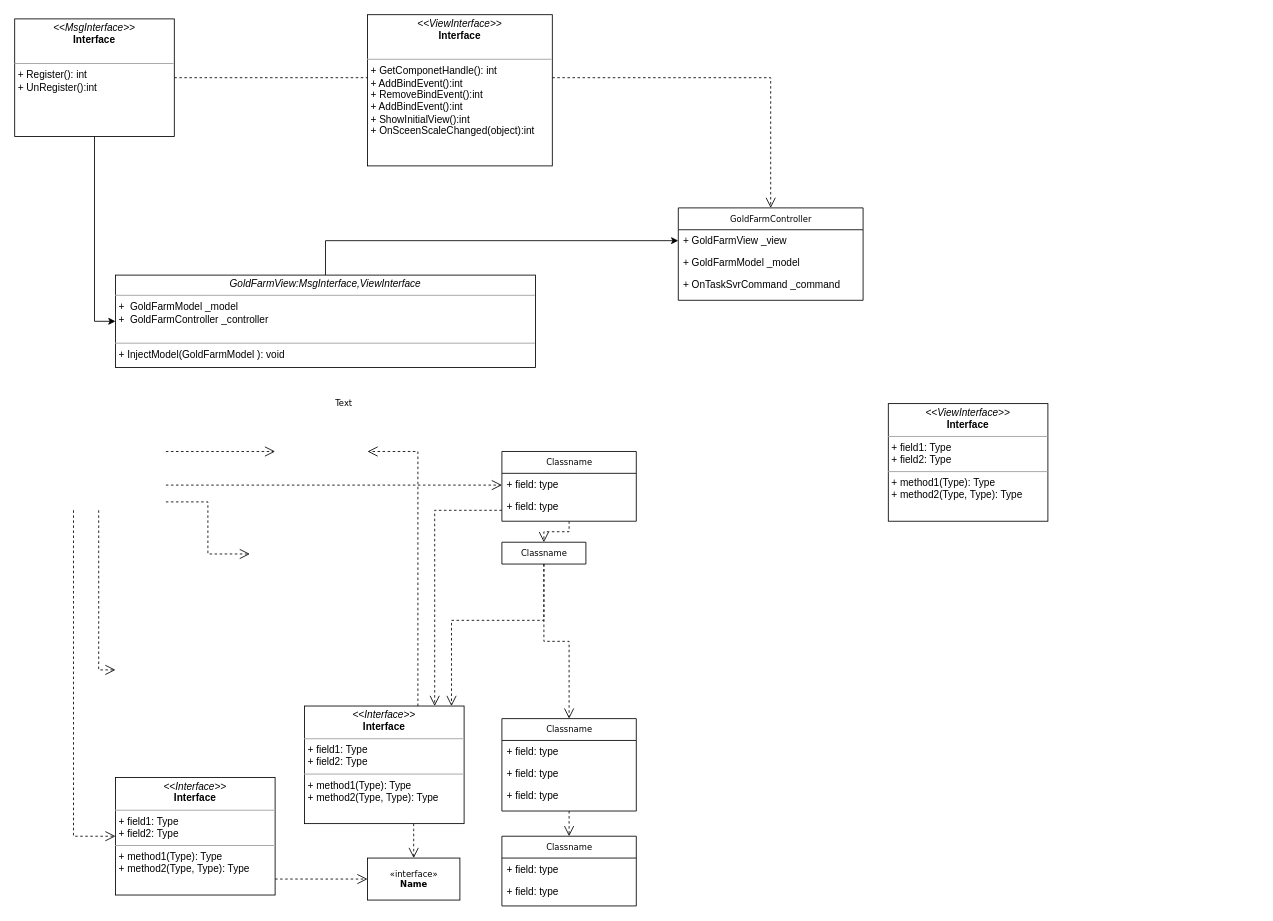
Before: GoldFarm Diagram.drawio in atom123/Draw, a draw.io diagram. Source tidied: cells renumbered, new cells numbered last; positions are measured from the earlier drawing's top-left corner, leaving out a move shared by most shapes. Both pictures are drawn from the tidied source at 84%, with x=0, y=0 at pixel (14, 14).
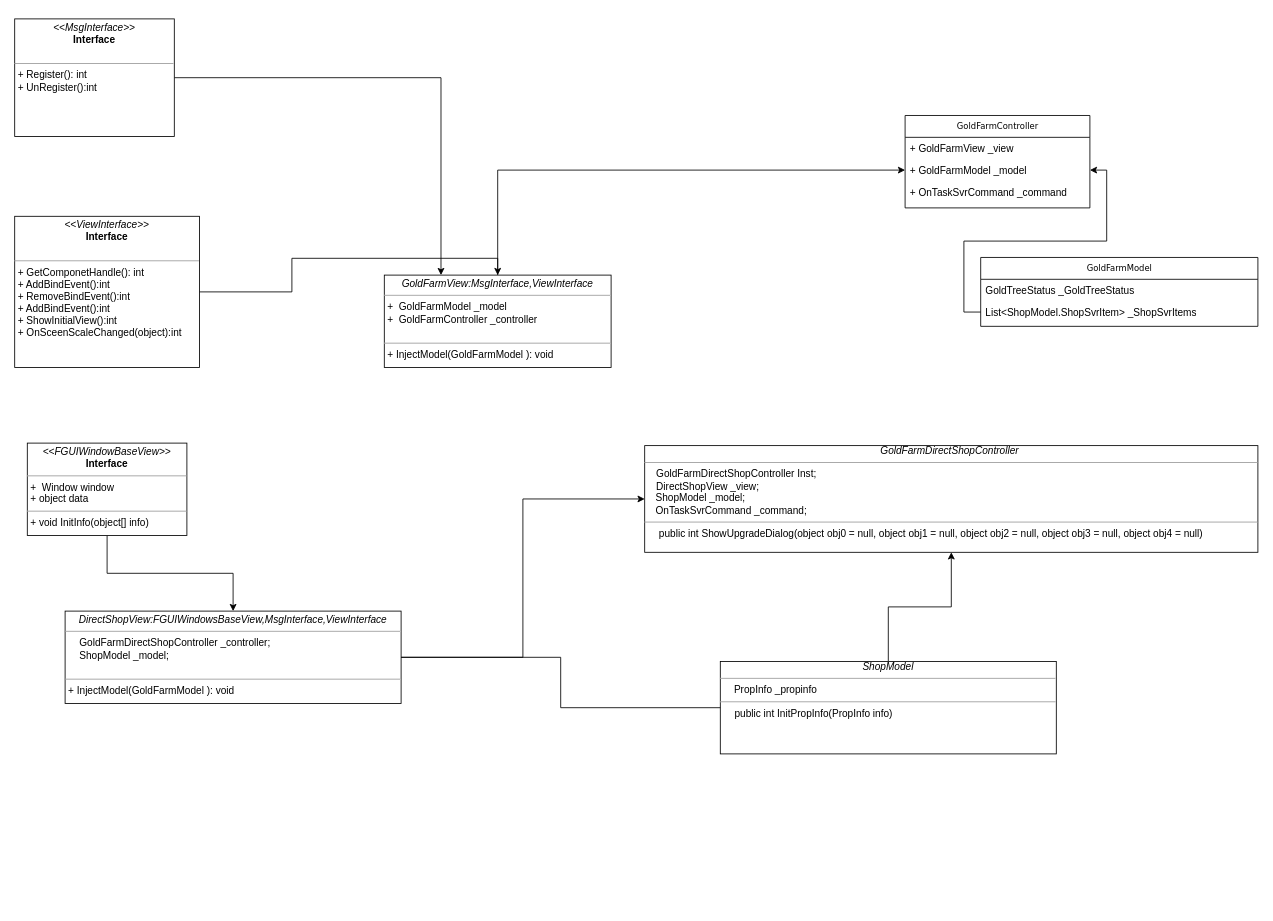
After the change.

The change refers to these unchanged cells:
```xml
<mxCell id="6" value="+&amp;nbsp;GoldFarmView _view" style="text;html=1;strokeColor=none;fillColor=none;align=left;verticalAlign=top;spacingLeft=4;spacingRight=4;whiteSpace=wrap;overflow=hidden;points=[[0,0.5],[1,0.5]];portConstraint=eastwest;" parent="5" vertex="1">
  <mxGeometry y="26" width="220" height="26" as="geometry" />
</mxCell>
<mxCell id="7" value="+ GoldFarmModel _model" style="text;html=1;strokeColor=none;fillColor=none;align=left;verticalAlign=top;spacingLeft=4;spacingRight=4;whiteSpace=wrap;overflow=hidden;points=[[0,0.5],[1,0.5]];portConstraint=eastwest;" parent="5" vertex="1">
  <mxGeometry y="52" width="220" height="26" as="geometry" />
</mxCell>
<mxCell id="30" value="&lt;p style=&quot;margin: 0px ; margin-top: 4px ; text-align: center&quot;&gt;&lt;i&gt;&amp;lt;&amp;lt;MsgInterface&amp;gt;&amp;gt;&lt;/i&gt;&lt;br&gt;&lt;b&gt;Interface&lt;/b&gt;&lt;/p&gt;&lt;p style=&quot;margin: 0px ; margin-left: 4px&quot;&gt;&lt;br&gt;&lt;/p&gt;&lt;hr size=&quot;1&quot;&gt;&lt;p style=&quot;margin: 0px ; margin-left: 4px&quot;&gt;+ Register():&amp;nbsp;int&lt;br&gt;+ UnRegister():int&lt;/p&gt;" style="verticalAlign=top;align=left;overflow=fill;fontSize=12;fontFamily=Helvetica;html=1;rounded=0;shadow=0;comic=0;labelBackgroundColor=none;strokeWidth=1;" parent="1" vertex="1">
  <mxGeometry y="5" width="190" height="140" as="geometry" />
</mxCell>
```

Change to the diagram source:
```diff
@@
-    <mxCell id="2" style="edgeStyle=orthogonalEdgeStyle;rounded=0;html=1;dashed=1;labelBackgroundColor=none;startFill=0;endArrow=open;endFill=0;endSize=10;fontFamily=Verdana;fontSize=10;" parent="1" edge="1" source="4" target="24">
-      <mxGeometry relative="1" as="geometry">
-        <Array as="points">
-          <mxPoint x="520" y="721" />
-        </Array>
-      </mxGeometry>
-    </mxCell>
-    <mxCell id="3" style="edgeStyle=orthogonalEdgeStyle;rounded=0;html=1;dashed=1;labelBackgroundColor=none;startFill=0;endArrow=open;endFill=0;endSize=10;fontFamily=Verdana;fontSize=10;" parent="1" edge="1" source="4" target="13">
-      <mxGeometry relative="1" as="geometry" />
-    </mxCell>
-    <mxCell id="4" value="Classname" style="swimlane;html=1;fontStyle=0;horizontal=1;startSize=26;fillColor=none;swimlaneFillColor=#ffffff;rounded=0;shadow=0;comic=0;labelBackgroundColor=none;strokeWidth=1;fontFamily=Verdana;fontSize=10;align=center;" parent="1" vertex="1" collapsed="1">
-      <mxGeometry x="580" y="628" width="100" height="26" as="geometry" />
-    </mxCell>
     <mxCell id="5" value="GoldFarmController" style="swimlane;html=1;fontStyle=0;horizontal=1;startSize=26;fillColor=none;swimlaneFillColor=#ffffff;rounded=0;shadow=0;comic=0;labelBackgroundColor=none;strokeWidth=1;fontFamily=Verdana;fontSize=10;align=center;" parent="1" vertex="1">
-      <mxGeometry x="790" y="230" width="220" height="110" as="geometry" />
+      <mxGeometry x="1060" y="120" width="220" height="110" as="geometry" />
     </mxCell>
@@
-    <mxCell id="9" value="Classname" style="swimlane;html=1;fontStyle=0;horizontal=1;startSize=26;fillColor=none;swimlaneFillColor=#ffffff;rounded=0;shadow=0;comic=0;labelBackgroundColor=none;strokeWidth=1;fontFamily=Verdana;fontSize=10;align=center;" parent="1" vertex="1">
-      <mxGeometry x="580" y="978" width="160" height="83" as="geometry" />
-    </mxCell>
-    <mxCell id="10" value="+ field: type" style="text;html=1;strokeColor=none;fillColor=none;align=left;verticalAlign=top;spacingLeft=4;spacingRight=4;whiteSpace=wrap;overflow=hidden;" parent="9" vertex="1">
-      <mxGeometry y="26" width="160" height="26" as="geometry" />
-    </mxCell>
-    <mxCell id="11" value="+ field: type" style="text;html=1;strokeColor=none;fillColor=none;align=left;verticalAlign=top;spacingLeft=4;spacingRight=4;whiteSpace=wrap;overflow=hidden;" parent="9" vertex="1">
-      <mxGeometry y="52" width="160" height="26" as="geometry" />
-    </mxCell>
-    <mxCell id="12" style="edgeStyle=orthogonalEdgeStyle;rounded=0;html=1;dashed=1;labelBackgroundColor=none;startFill=0;endArrow=open;endFill=0;endSize=10;fontFamily=Verdana;fontSize=10;" parent="1" edge="1" source="13" target="9">
-      <mxGeometry relative="1" as="geometry" />
-    </mxCell>
-    <mxCell id="13" value="Classname" style="swimlane;html=1;fontStyle=0;horizontal=1;startSize=26;fillColor=none;swimlaneFillColor=#ffffff;rounded=0;shadow=0;comic=0;labelBackgroundColor=none;strokeWidth=1;fontFamily=Verdana;fontSize=10;align=center;" parent="1" vertex="1">
-      <mxGeometry x="580" y="838" width="160" height="110" as="geometry" />
-    </mxCell>
-    <mxCell id="14" value="+ field: type" style="text;html=1;strokeColor=none;fillColor=none;align=left;verticalAlign=top;spacingLeft=4;spacingRight=4;whiteSpace=wrap;overflow=hidden;" parent="13" vertex="1">
-      <mxGeometry y="26" width="160" height="26" as="geometry" />
-    </mxCell>
-    <mxCell id="15" value="+ field: type" style="text;html=1;strokeColor=none;fillColor=none;align=left;verticalAlign=top;spacingLeft=4;spacingRight=4;whiteSpace=wrap;overflow=hidden;" parent="13" vertex="1">
-      <mxGeometry y="52" width="160" height="26" as="geometry" />
-    </mxCell>
-    <mxCell id="16" value="+ field: type" style="text;html=1;strokeColor=none;fillColor=none;align=left;verticalAlign=top;spacingLeft=4;spacingRight=4;whiteSpace=wrap;overflow=hidden;" parent="13" vertex="1">
-      <mxGeometry y="78" width="160" height="26" as="geometry" />
-    </mxCell>
-    <mxCell id="17" style="edgeStyle=orthogonalEdgeStyle;rounded=0;html=1;dashed=1;labelBackgroundColor=none;startFill=0;endArrow=open;endFill=0;endSize=10;fontFamily=Verdana;fontSize=10;" parent="1" edge="1" source="18" target="4">
-      <mxGeometry relative="1" as="geometry" />
-    </mxCell>
-    <mxCell id="18" value="Classname" style="swimlane;html=1;fontStyle=0;horizontal=1;startSize=26;fillColor=none;swimlaneFillColor=#ffffff;rounded=0;shadow=0;comic=0;labelBackgroundColor=none;strokeWidth=1;fontFamily=Verdana;fontSize=10;align=center;" parent="1" vertex="1">
-      <mxGeometry x="580" y="520" width="160" height="83" as="geometry" />
+    <mxCell id="18" value="GoldFarmModel" style="swimlane;html=1;fontStyle=0;horizontal=1;startSize=26;fillColor=none;swimlaneFillColor=#ffffff;rounded=0;shadow=0;comic=0;labelBackgroundColor=none;strokeWidth=1;fontFamily=Verdana;fontSize=10;align=center;" parent="1" vertex="1">
+      <mxGeometry x="1150" y="289" width="330" height="82" as="geometry" />
     </mxCell>
-    <mxCell id="19" value="+ field: type" style="text;html=1;strokeColor=none;fillColor=none;align=left;verticalAlign=top;spacingLeft=4;spacingRight=4;whiteSpace=wrap;overflow=hidden;" parent="18" vertex="1">
-      <mxGeometry y="26" width="160" height="26" as="geometry" />
+    <mxCell id="19" value="GoldTreeStatus _GoldTreeStatus" style="text;html=1;strokeColor=none;fillColor=none;align=left;verticalAlign=top;spacingLeft=4;spacingRight=4;whiteSpace=wrap;overflow=hidden;" parent="18" vertex="1">
+      <mxGeometry y="26" width="330" height="26" as="geometry" />
     </mxCell>
-    <mxCell id="20" value="+ field: type" style="text;html=1;strokeColor=none;fillColor=none;align=left;verticalAlign=top;spacingLeft=4;spacingRight=4;whiteSpace=wrap;overflow=hidden;points=[[0,0.5],[1,0.5]];portConstraint=eastwest;" parent="18" vertex="1">
-      <mxGeometry y="52" width="160" height="26" as="geometry" />
+    <mxCell id="20" value="List&amp;lt;ShopModel.ShopSvrItem&amp;gt; _ShopSvrItems" style="text;html=1;strokeColor=none;fillColor=none;align=left;verticalAlign=top;spacingLeft=4;spacingRight=4;whiteSpace=wrap;overflow=hidden;points=[[0,0.5],[1,0.5]];portConstraint=eastwest;" parent="18" vertex="1">
+      <mxGeometry y="52" width="330" height="26" as="geometry" />
     </mxCell>
-    <mxCell id="21" value="&amp;laquo;interface&amp;raquo;&lt;br&gt;&lt;b&gt;Name&lt;/b&gt;" style="html=1;rounded=0;shadow=0;comic=0;labelBackgroundColor=none;strokeWidth=1;fontFamily=Verdana;fontSize=10;align=center;" parent="1" vertex="1">
-      <mxGeometry x="420" y="1004" width="110" height="50" as="geometry" />
-    </mxCell>
-    <mxCell id="22" style="edgeStyle=orthogonalEdgeStyle;rounded=0;html=1;dashed=1;labelBackgroundColor=none;startFill=0;endArrow=open;endFill=0;endSize=10;fontFamily=Verdana;fontSize=10;" parent="1" edge="1" source="24" target="21">
-      <mxGeometry relative="1" as="geometry">
-        <Array as="points">
-          <mxPoint x="475" y="970" />
-          <mxPoint x="475" y="970" />
-        </Array>
-      </mxGeometry>
-    </mxCell>
-    <mxCell id="23" style="edgeStyle=orthogonalEdgeStyle;rounded=0;html=1;dashed=1;labelBackgroundColor=none;startFill=0;endArrow=open;endFill=0;endSize=10;fontFamily=Verdana;fontSize=10;" parent="1" edge="1" source="24">
-      <mxGeometry relative="1" as="geometry">
-        <mxPoint x="420" y="520" as="targetPoint" />
-        <Array as="points">
-          <mxPoint x="480" y="520" />
-        </Array>
-      </mxGeometry>
-    </mxCell>
-    <mxCell id="24" value="&lt;p style=&quot;margin:0px;margin-top:4px;text-align:center;&quot;&gt;&lt;i&gt;&amp;lt;&amp;lt;Interface&amp;gt;&amp;gt;&lt;/i&gt;&lt;br/&gt;&lt;b&gt;Interface&lt;/b&gt;&lt;/p&gt;&lt;hr size=&quot;1&quot;/&gt;&lt;p style=&quot;margin:0px;margin-left:4px;&quot;&gt;+ field1: Type&lt;br/&gt;+ field2: Type&lt;/p&gt;&lt;hr size=&quot;1&quot;/&gt;&lt;p style=&quot;margin:0px;margin-left:4px;&quot;&gt;+ method1(Type): Type&lt;br/&gt;+ method2(Type, Type): Type&lt;/p&gt;" style="verticalAlign=top;align=left;overflow=fill;fontSize=12;fontFamily=Helvetica;html=1;rounded=0;shadow=0;comic=0;labelBackgroundColor=none;strokeWidth=1;" parent="1" vertex="1">
-      <mxGeometry x="345" y="823" width="190" height="140" as="geometry" />
-    </mxCell>
-    <mxCell id="25" style="edgeStyle=orthogonalEdgeStyle;rounded=0;html=1;dashed=1;labelBackgroundColor=none;startFill=0;endArrow=open;endFill=0;endSize=10;fontFamily=Verdana;fontSize=10;" parent="1" edge="1" source="26" target="21">
-      <mxGeometry relative="1" as="geometry">
-        <Array as="points">
-          <mxPoint x="340" y="1029" />
-          <mxPoint x="340" y="1029" />
-        </Array>
-      </mxGeometry>
-    </mxCell>
+    <mxCell id="41" style="edgeStyle=orthogonalEdgeStyle;rounded=0;jettySize=auto;html=1;entryX=0.5;entryY=0;entryDx=0;entryDy=0;" parent="1" edge="1" source="26" target="46">
+      <mxGeometry relative="1" as="geometry" />
+    </mxCell>
-    <mxCell id="26" value="&lt;p style=&quot;margin:0px;margin-top:4px;text-align:center;&quot;&gt;&lt;i&gt;&amp;lt;&amp;lt;Interface&amp;gt;&amp;gt;&lt;/i&gt;&lt;br/&gt;&lt;b&gt;Interface&lt;/b&gt;&lt;/p&gt;&lt;hr size=&quot;1&quot;/&gt;&lt;p style=&quot;margin:0px;margin-left:4px;&quot;&gt;+ field1: Type&lt;br/&gt;+ field2: Type&lt;/p&gt;&lt;hr size=&quot;1&quot;/&gt;&lt;p style=&quot;margin:0px;margin-left:4px;&quot;&gt;+ method1(Type): Type&lt;br/&gt;+ method2(Type, Type): Type&lt;/p&gt;" style="verticalAlign=top;align=left;overflow=fill;fontSize=12;fontFamily=Helvetica;html=1;rounded=0;shadow=0;comic=0;labelBackgroundColor=none;strokeWidth=1;" parent="1" vertex="1">
-      <mxGeometry x="120" y="908" width="190" height="140" as="geometry" />
+    <mxCell id="26" value="&lt;p style=&quot;margin: 0px ; margin-top: 4px ; text-align: center&quot;&gt;&lt;i&gt;&amp;lt;&amp;lt;FGUIWindowBaseView&amp;gt;&amp;gt;&lt;/i&gt;&lt;br&gt;&lt;b&gt;Interface&lt;/b&gt;&lt;/p&gt;&lt;hr size=&quot;1&quot;&gt;&lt;p style=&quot;margin: 0px ; margin-left: 4px&quot;&gt;+&amp;nbsp; Window window&lt;br&gt;+ object data&lt;/p&gt;&lt;hr size=&quot;1&quot;&gt;&lt;p style=&quot;margin: 0px ; margin-left: 4px&quot;&gt;+ void InitInfo(object[] info)&lt;br&gt;&lt;br&gt;&lt;/p&gt;" style="verticalAlign=top;align=left;overflow=fill;fontSize=12;fontFamily=Helvetica;html=1;rounded=0;shadow=0;comic=0;labelBackgroundColor=none;strokeWidth=1;" parent="1" vertex="1">
+      <mxGeometry x="15" y="510" width="190" height="110" as="geometry" />
     </mxCell>
-    <mxCell id="27" value="Text" style="text;html=1;align=left;verticalAlign=top;spacingTop=-4;fontSize=10;fontFamily=Verdana;fontColor=#000000;" parent="1" vertex="1">
-      <mxGeometry x="380" y="454" width="40" height="10" as="geometry" />
-    </mxCell>
-    <mxCell id="28" style="edgeStyle=orthogonalEdgeStyle;rounded=0;html=1;labelBackgroundColor=none;startFill=0;endArrow=open;endFill=0;endSize=10;fontFamily=Verdana;fontSize=10;dashed=1;" parent="1" edge="1" source="30" target="5">
-      <mxGeometry relative="1" as="geometry" />
-    </mxCell>
-    <mxCell id="29" style="edgeStyle=orthogonalEdgeStyle;rounded=0;jettySize=auto;html=1;entryX=0;entryY=0.5;entryDx=0;entryDy=0;" parent="1" edge="1" source="30" target="39">
+    <mxCell id="29" style="edgeStyle=orthogonalEdgeStyle;rounded=0;jettySize=auto;html=1;entryX=0.25;entryY=0;entryDx=0;entryDy=0;" parent="1" edge="1" source="30" target="39">
       <mxGeometry relative="1" as="geometry" />
     </mxCell>
@@
-    <mxCell id="31" value="&lt;p style=&quot;margin: 0px ; margin-top: 4px ; text-align: center&quot;&gt;&lt;i&gt;&amp;lt;&amp;lt;ViewInterface&amp;gt;&amp;gt;&lt;/i&gt;&lt;br&gt;&lt;b&gt;Interface&lt;/b&gt;&lt;/p&gt;&lt;hr size=&quot;1&quot;&gt;&lt;p style=&quot;margin: 0px ; margin-left: 4px&quot;&gt;+ field1: Type&lt;br&gt;+ field2: Type&lt;/p&gt;&lt;hr size=&quot;1&quot;&gt;&lt;p style=&quot;margin: 0px ; margin-left: 4px&quot;&gt;+ method1(Type): Type&lt;br&gt;+ method2(Type, Type): Type&lt;/p&gt;" style="verticalAlign=top;align=left;overflow=fill;fontSize=12;fontFamily=Helvetica;html=1;rounded=0;shadow=0;comic=0;labelBackgroundColor=none;strokeWidth=1;" parent="1" vertex="1">
-      <mxGeometry x="1040" y="463" width="190" height="140" as="geometry" />
-    </mxCell>
-    <mxCell id="32" style="edgeStyle=orthogonalEdgeStyle;rounded=0;html=1;dashed=1;labelBackgroundColor=none;startFill=0;endArrow=open;endFill=0;endSize=10;fontFamily=Verdana;fontSize=10;" parent="1" edge="1">
-      <mxGeometry relative="1" as="geometry">
-        <mxPoint x="180" y="520" as="sourcePoint" />
-        <mxPoint x="310" y="520" as="targetPoint" />
-      </mxGeometry>
-    </mxCell>
-    <mxCell id="33" style="edgeStyle=orthogonalEdgeStyle;rounded=0;html=1;dashed=1;labelBackgroundColor=none;startFill=0;endArrow=open;endFill=0;endSize=10;fontFamily=Verdana;fontSize=10;" parent="1" edge="1">
-      <mxGeometry relative="1" as="geometry">
-        <mxPoint x="180" y="580" as="sourcePoint" />
-        <mxPoint x="280" y="642" as="targetPoint" />
-        <Array as="points">
-          <mxPoint x="230" y="580" />
-          <mxPoint x="230" y="642" />
-        </Array>
-      </mxGeometry>
-    </mxCell>
-    <mxCell id="34" style="edgeStyle=orthogonalEdgeStyle;rounded=0;html=1;dashed=1;labelBackgroundColor=none;startFill=0;endArrow=open;endFill=0;endSize=10;fontFamily=Verdana;fontSize=10;" parent="1" edge="1" target="18">
-      <mxGeometry relative="1" as="geometry">
-        <mxPoint x="180" y="560" as="sourcePoint" />
-        <Array as="points">
-          <mxPoint x="280" y="560" />
-          <mxPoint x="280" y="560" />
-        </Array>
-      </mxGeometry>
-    </mxCell>
-    <mxCell id="35" style="edgeStyle=orthogonalEdgeStyle;rounded=0;html=1;dashed=1;labelBackgroundColor=none;startFill=0;endArrow=open;endFill=0;endSize=10;fontFamily=Verdana;fontSize=10;" parent="1" edge="1">
-      <mxGeometry relative="1" as="geometry">
-        <mxPoint x="100" y="590" as="sourcePoint" />
-        <mxPoint x="120" y="780" as="targetPoint" />
-        <Array as="points">
-          <mxPoint x="100" y="780" />
-        </Array>
-      </mxGeometry>
-    </mxCell>
-    <mxCell id="36" style="edgeStyle=orthogonalEdgeStyle;rounded=0;html=1;dashed=1;labelBackgroundColor=none;startFill=0;endArrow=open;endFill=0;endSize=10;fontFamily=Verdana;fontSize=10;" parent="1" edge="1" target="26">
-      <mxGeometry relative="1" as="geometry">
-        <mxPoint x="70" y="590" as="sourcePoint" />
-        <Array as="points">
-          <mxPoint x="70" y="978" />
-        </Array>
-      </mxGeometry>
-    </mxCell>
-    <mxCell id="37" style="edgeStyle=orthogonalEdgeStyle;rounded=0;html=1;dashed=1;labelBackgroundColor=none;startFill=0;endArrow=open;endFill=0;endSize=10;fontFamily=Verdana;fontSize=10;" parent="1" edge="1" source="18" target="24">
-      <mxGeometry relative="1" as="geometry">
-        <Array as="points">
-          <mxPoint x="500" y="590" />
-        </Array>
-      </mxGeometry>
-    </mxCell>
-    <mxCell id="38" style="edgeStyle=orthogonalEdgeStyle;rounded=0;jettySize=auto;html=1;entryX=0;entryY=0.5;entryDx=0;entryDy=0;" parent="1" edge="1" source="39" target="6">
-      <mxGeometry relative="1" as="geometry" />
-    </mxCell>
+    <mxCell id="42" style="edgeStyle=orthogonalEdgeStyle;rounded=0;jettySize=auto;html=1;entryX=0;entryY=0.5;entryDx=0;entryDy=0;" parent="1" edge="1" source="39" target="7">
+      <mxGeometry relative="1" as="geometry" />
+    </mxCell>
     <mxCell id="39" value="&lt;p style=&quot;margin: 0px ; margin-top: 4px ; text-align: center&quot;&gt;&lt;i&gt;GoldFarmView:MsgInterface,ViewInterface&lt;/i&gt;&lt;br&gt;&lt;/p&gt;&lt;hr size=&quot;1&quot;&gt;&lt;p style=&quot;margin: 0px ; margin-left: 4px&quot;&gt;+&amp;nbsp;&lt;span&gt;&amp;nbsp;GoldFarmModel _model&lt;/span&gt;&lt;br&gt;+&amp;nbsp; GoldFarmController _controller&lt;/p&gt;&lt;br&gt;&lt;hr size=&quot;1&quot;&gt;&lt;p style=&quot;margin: 0px ; margin-left: 4px&quot;&gt;+ InjectModel(GoldFarmModel&amp;nbsp;): void&lt;br&gt;&lt;/p&gt;" style="verticalAlign=top;align=left;overflow=fill;fontSize=12;fontFamily=Helvetica;html=1;rounded=0;shadow=0;comic=0;labelBackgroundColor=none;strokeWidth=1;" parent="1" vertex="1">
-      <mxGeometry x="120" y="310" width="500" height="110" as="geometry" />
+      <mxGeometry x="440" y="310" width="270" height="110" as="geometry" />
     </mxCell>
+    <mxCell id="43" style="edgeStyle=orthogonalEdgeStyle;rounded=0;jettySize=auto;html=1;entryX=0.5;entryY=0;entryDx=0;entryDy=0;" parent="1" edge="1" source="40" target="39">
+      <mxGeometry relative="1" as="geometry" />
+    </mxCell>
     <mxCell id="40" value="&lt;p style=&quot;margin: 0px ; margin-top: 4px ; text-align: center&quot;&gt;&lt;i&gt;&amp;lt;&amp;lt;&lt;/i&gt;&lt;i&gt;ViewInterface&lt;/i&gt;&lt;i&gt;&amp;gt;&amp;gt;&lt;/i&gt;&lt;br&gt;&lt;b&gt;Interface&lt;/b&gt;&lt;/p&gt;&lt;p style=&quot;margin: 0px ; margin-left: 4px&quot;&gt;&lt;br&gt;&lt;/p&gt;&lt;hr size=&quot;1&quot;&gt;&lt;p style=&quot;margin: 0px ; margin-left: 4px&quot;&gt;+ GetComponetHandle():&amp;nbsp;int&lt;br&gt;+ AddBindEvent():int&lt;br&gt;&lt;/p&gt;&lt;p style=&quot;margin: 0px ; margin-left: 4px&quot;&gt;+ RemoveBindEvent():int&lt;br&gt;&lt;/p&gt;&lt;p style=&quot;margin: 0px ; margin-left: 4px&quot;&gt;+ AddBindEvent():int&lt;br&gt;&lt;/p&gt;&lt;p style=&quot;margin: 0px ; margin-left: 4px&quot;&gt;+ ShowInitialView():int&lt;br&gt;&lt;/p&gt;&lt;p style=&quot;margin: 0px ; margin-left: 4px&quot;&gt;+ OnSceenScaleChanged(object):int&lt;br&gt;&lt;/p&gt;" style="verticalAlign=top;align=left;overflow=fill;fontSize=12;fontFamily=Helvetica;html=1;rounded=0;shadow=0;comic=0;labelBackgroundColor=none;strokeWidth=1;" parent="1" vertex="1">
-      <mxGeometry x="420" width="220" height="180" as="geometry" />
+      <mxGeometry y="240" width="220" height="180" as="geometry" />
     </mxCell>
+    <mxCell id="44" style="edgeStyle=orthogonalEdgeStyle;rounded=0;jettySize=auto;html=1;startArrow=none;" parent="1" edge="1" source="48" target="47">
+      <mxGeometry relative="1" as="geometry" />
+    </mxCell>
+    <mxCell id="45" style="edgeStyle=orthogonalEdgeStyle;rounded=0;jettySize=auto;html=1;entryX=0;entryY=0.5;entryDx=0;entryDy=0;" parent="1" edge="1" source="46" target="47">
+      <mxGeometry relative="1" as="geometry" />
+    </mxCell>
+    <mxCell id="46" value="&lt;p style=&quot;margin: 0px ; margin-top: 4px ; text-align: center&quot;&gt;&lt;i&gt;DirectShopView:FGUIWindowsBaseView,MsgInterface,ViewInterface&lt;/i&gt;&lt;br&gt;&lt;/p&gt;&lt;hr size=&quot;1&quot;&gt;&lt;p style=&quot;margin: 0px ; margin-left: 4px&quot;&gt;&amp;nbsp; &amp;nbsp; GoldFarmDirectShopController _controller;&lt;/p&gt;&lt;p style=&quot;margin: 0px ; margin-left: 4px&quot;&gt;&lt;/p&gt;&lt;p style=&quot;margin: 0px ; margin-left: 4px&quot;&gt;&amp;nbsp; &amp;nbsp; ShopModel _model;&lt;/p&gt;&lt;div&gt;&lt;br&gt;&lt;/div&gt;&lt;hr size=&quot;1&quot;&gt;&lt;p style=&quot;margin: 0px ; margin-left: 4px&quot;&gt;+ InjectModel(GoldFarmModel&amp;nbsp;): void&lt;br&gt;&lt;/p&gt;" style="verticalAlign=top;align=left;overflow=fill;fontSize=12;fontFamily=Helvetica;html=1;rounded=0;shadow=0;comic=0;labelBackgroundColor=none;strokeWidth=1;" parent="1" vertex="1">
+      <mxGeometry x="60" y="710" width="400" height="110" as="geometry" />
+    </mxCell>
+    <mxCell id="47" value="&lt;div style=&quot;text-align: center&quot;&gt;&lt;span&gt;&lt;i&gt;GoldFarmDirectShopController&amp;nbsp;&lt;/i&gt;&lt;/span&gt;&lt;/div&gt;&lt;hr size=&quot;1&quot;&gt;&lt;p style=&quot;margin: 0px ; margin-left: 4px&quot;&gt;&amp;nbsp; &amp;nbsp;GoldFarmDirectShopController Inst;&lt;/p&gt;&lt;p style=&quot;margin: 0px ; margin-left: 4px&quot;&gt;&amp;nbsp; &amp;nbsp;DirectShopView _view;&lt;/p&gt;&lt;div&gt;&lt;div&gt;&amp;nbsp; &amp;nbsp; ShopModel _model;&lt;/div&gt;&lt;/div&gt;&lt;div&gt;&amp;nbsp; &amp;nbsp; OnTaskSvrCommand _command;&lt;br&gt;&lt;/div&gt;&lt;hr size=&quot;1&quot;&gt;&lt;p style=&quot;margin: 0px ; margin-left: 4px&quot;&gt;&amp;nbsp; &amp;nbsp; public int ShowUpgradeDialog(object obj0 = null, object obj1 = null, object obj2 = null, object obj3 = null, object obj4 = null)&lt;/p&gt;&lt;div&gt;&lt;br&gt;&lt;/div&gt;" style="verticalAlign=top;align=left;overflow=fill;fontSize=12;fontFamily=Helvetica;html=1;rounded=0;shadow=0;comic=0;labelBackgroundColor=none;strokeWidth=1;" parent="1" vertex="1">
+      <mxGeometry x="750" y="513" width="730" height="127" as="geometry" />
+    </mxCell>
+    <mxCell id="48" value="&lt;div style=&quot;text-align: center&quot;&gt;&lt;span&gt;&lt;i&gt;ShopModel&lt;/i&gt;&lt;/span&gt;&lt;/div&gt;&lt;hr size=&quot;1&quot;&gt;&amp;nbsp; &amp;nbsp; &amp;nbsp;PropInfo _propinfo&lt;br&gt;&lt;hr size=&quot;1&quot;&gt;&lt;p style=&quot;margin: 0px ; margin-left: 4px&quot;&gt;&amp;nbsp; &amp;nbsp; public int InitPropInfo(PropInfo info)&lt;/p&gt;" style="verticalAlign=top;align=left;overflow=fill;fontSize=12;fontFamily=Helvetica;html=1;rounded=0;shadow=0;comic=0;labelBackgroundColor=none;strokeWidth=1;" parent="1" vertex="1">
+      <mxGeometry x="840" y="770" width="400" height="110" as="geometry" />
+    </mxCell>
+    <mxCell id="49" style="edgeStyle=orthogonalEdgeStyle;rounded=0;jettySize=auto;html=1;endArrow=none;" parent="1" edge="1" source="46" target="48">
+      <mxGeometry relative="1" as="geometry" />
+    </mxCell>
+    <mxCell id="50" style="edgeStyle=orthogonalEdgeStyle;rounded=0;jettySize=auto;html=1;entryX=1;entryY=0.5;entryDx=0;entryDy=0;" parent="1" edge="1" source="20" target="7">
+      <mxGeometry relative="1" as="geometry" />
+    </mxCell>
```
